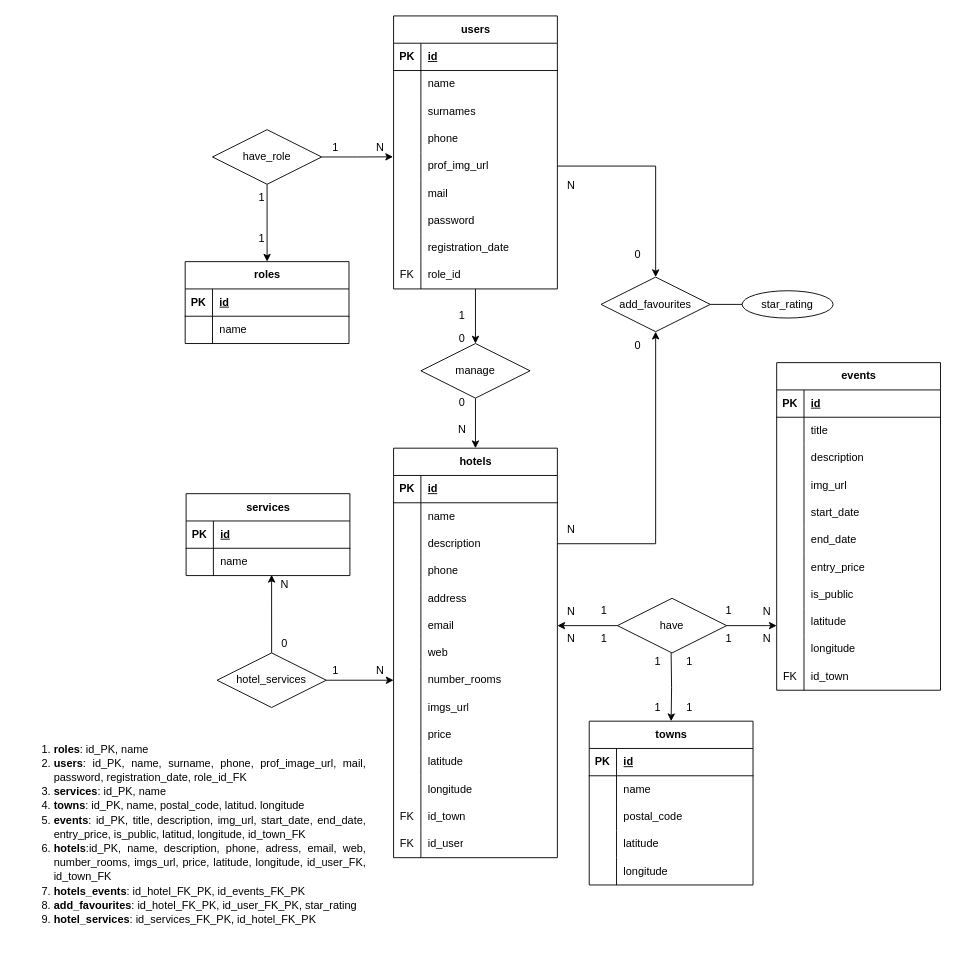
Above: c6_hohoHotel.drawio in SerotDev/sru-abi-rlm-project-backend (draw.io), before the change. Source tidied: cells renumbered, new cells numbered last; positions are measured from the earlier drawing's top-left corner, leaving out a move shared by most shapes. Both pictures are drawn from the tidied source at 91%, with x=0, y=0 at pixel (15, 15).
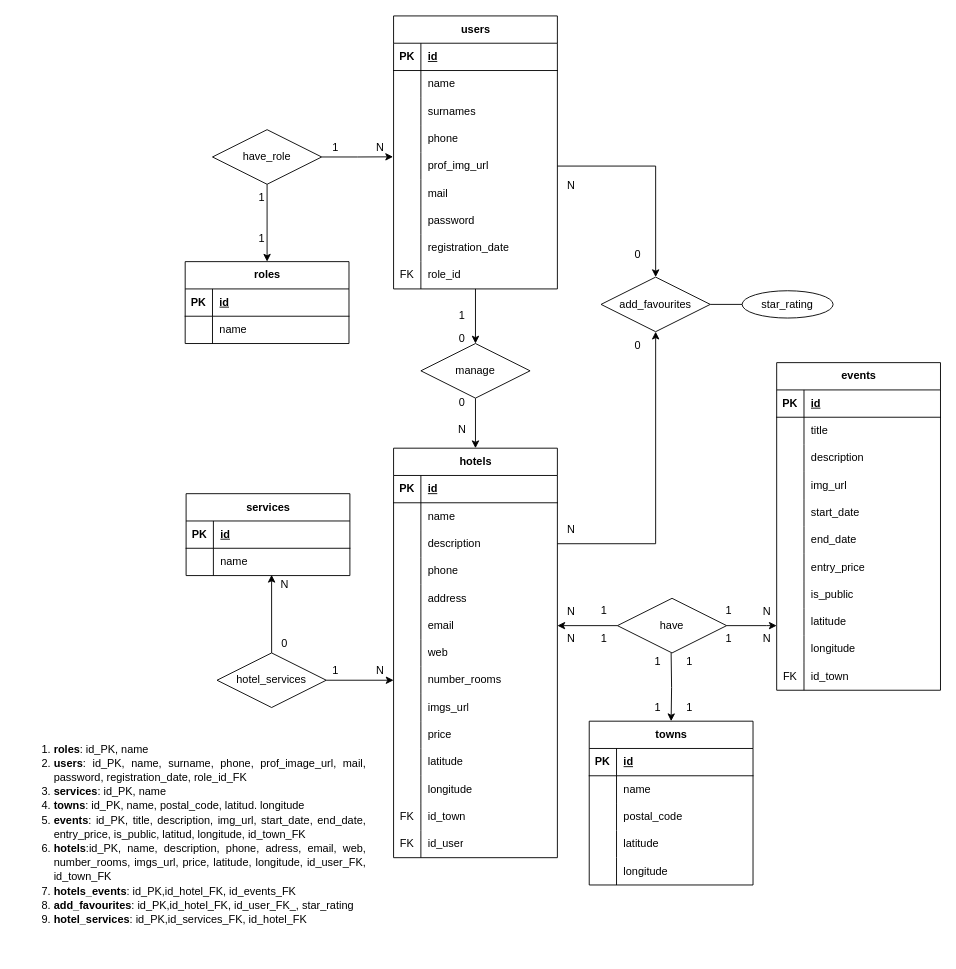
The same diagram, later.

Diff of the diagram source:
```diff
@@
-    <mxCell id="186" value="&lt;ol&gt;&lt;li style=&quot;line-height: 130%;&quot; align=&quot;justify&quot;&gt;&lt;font style=&quot;background-color: rgb(255, 255, 255);&quot;&gt;&lt;b&gt;roles&lt;/b&gt;: id_PK, name&lt;/font&gt;&lt;/li&gt;&lt;li style=&quot;line-height: 130%;&quot; align=&quot;justify&quot;&gt;&lt;font style=&quot;background-color: rgb(255, 255, 255);&quot;&gt;&lt;b&gt;users&lt;/b&gt;: id_PK, name, surname, phone, prof_image_url, mail, password, registration_date, role_id_FK&lt;/font&gt;&lt;/li&gt;&lt;li style=&quot;line-height: 130%;&quot; align=&quot;justify&quot;&gt;&lt;font style=&quot;background-color: rgb(255, 255, 255);&quot;&gt;&lt;b&gt;services&lt;/b&gt;: id_PK, name&lt;/font&gt;&lt;/li&gt;&lt;li style=&quot;line-height: 130%;&quot; align=&quot;justify&quot;&gt;&lt;font style=&quot;background-color: rgb(255, 255, 255);&quot;&gt;&lt;b&gt;towns&lt;/b&gt;: id_PK, name, postal_code, latitud. longitude&lt;/font&gt;&lt;/li&gt;&lt;li style=&quot;line-height: 130%;&quot; align=&quot;justify&quot;&gt;&lt;font style=&quot;background-color: rgb(255, 255, 255);&quot;&gt;&lt;b&gt;events&lt;/b&gt;: id_PK, title, description, img_url, start_date, end_date, entry_price, is_public, latitud, longitude, id_town_FK&lt;/font&gt;&lt;/li&gt;&lt;li style=&quot;line-height: 130%;&quot; align=&quot;justify&quot;&gt;&lt;font style=&quot;background-color: rgb(255, 255, 255);&quot;&gt;&lt;b&gt;hotels&lt;/b&gt;:id_PK, name, description, phone, adress, email, web, number_rooms, imgs_url, price, latitude, longitude, id_user_FK, id_town_FK&lt;/font&gt;&lt;/li&gt;&lt;li style=&quot;line-height: 130%;&quot; align=&quot;justify&quot;&gt;&lt;font style=&quot;background-color: rgb(255, 255, 255);&quot;&gt;&lt;b&gt;hotels_events&lt;/b&gt;: id_hotel_FK_PK, id_events_FK_PK&lt;/font&gt;&lt;/li&gt;&lt;li style=&quot;line-height: 130%;&quot; align=&quot;justify&quot;&gt;&lt;font style=&quot;background-color: rgb(255, 255, 255);&quot;&gt;&lt;b&gt;add_favourites&lt;/b&gt;: id_hotel_FK_PK, id_user_FK_PK, star_rating&lt;/font&gt;&lt;/li&gt;&lt;li style=&quot;line-height: 130%;&quot; align=&quot;justify&quot;&gt;&lt;font style=&quot;background-color: rgb(255, 255, 255);&quot;&gt;&lt;b&gt;hotel_services&lt;/b&gt;: id_services_FK_PK, id_hotel_FK_PK&lt;/font&gt;&lt;/li&gt;&lt;/ol&gt;&lt;div&gt;&lt;br&gt;&lt;/div&gt;" style="text;html=1;strokeColor=none;fillColor=none;align=left;verticalAlign=top;whiteSpace=wrap;rounded=0;" parent="1" vertex="1">
+    <mxCell id="186" value="&lt;ol&gt;&lt;li style=&quot;line-height: 130%;&quot; align=&quot;justify&quot;&gt;&lt;font style=&quot;background-color: rgb(255, 255, 255);&quot;&gt;&lt;b&gt;roles&lt;/b&gt;: id_PK, name&lt;/font&gt;&lt;/li&gt;&lt;li style=&quot;line-height: 130%;&quot; align=&quot;justify&quot;&gt;&lt;font style=&quot;background-color: rgb(255, 255, 255);&quot;&gt;&lt;b&gt;users&lt;/b&gt;: id_PK, name, surname, phone, prof_image_url, mail, password, registration_date, role_id_FK&lt;/font&gt;&lt;/li&gt;&lt;li style=&quot;line-height: 130%;&quot; align=&quot;justify&quot;&gt;&lt;font style=&quot;background-color: rgb(255, 255, 255);&quot;&gt;&lt;b&gt;services&lt;/b&gt;: id_PK, name&lt;/font&gt;&lt;/li&gt;&lt;li style=&quot;line-height: 130%;&quot; align=&quot;justify&quot;&gt;&lt;font style=&quot;background-color: rgb(255, 255, 255);&quot;&gt;&lt;b&gt;towns&lt;/b&gt;: id_PK, name, postal_code, latitud. longitude&lt;/font&gt;&lt;/li&gt;&lt;li style=&quot;line-height: 130%;&quot; align=&quot;justify&quot;&gt;&lt;font style=&quot;background-color: rgb(255, 255, 255);&quot;&gt;&lt;b&gt;events&lt;/b&gt;: id_PK, title, description, img_url, start_date, end_date, entry_price, is_public, latitud, longitude, id_town_FK&lt;/font&gt;&lt;/li&gt;&lt;li style=&quot;line-height: 130%;&quot; align=&quot;justify&quot;&gt;&lt;font style=&quot;background-color: rgb(255, 255, 255);&quot;&gt;&lt;b&gt;hotels&lt;/b&gt;:id_PK, name, description, phone, adress, email, web, number_rooms, imgs_url, price, latitude, longitude, id_user_FK, id_town_FK&lt;/font&gt;&lt;/li&gt;&lt;li style=&quot;line-height: 130%;&quot; align=&quot;justify&quot;&gt;&lt;font style=&quot;background-color: rgb(255, 255, 255);&quot;&gt;&lt;b&gt;hotels_events&lt;/b&gt;: id_PK,id_hotel_FK, id_events_FK&lt;/font&gt;&lt;/li&gt;&lt;li style=&quot;line-height: 130%;&quot; align=&quot;justify&quot;&gt;&lt;font style=&quot;background-color: rgb(255, 255, 255);&quot;&gt;&lt;b&gt;add_favourites&lt;/b&gt;: id_PK,id_hotel_FK, id_user_FK_, star_rating&lt;/font&gt;&lt;/li&gt;&lt;li style=&quot;line-height: 130%;&quot; align=&quot;justify&quot;&gt;&lt;font style=&quot;background-color: rgb(255, 255, 255);&quot;&gt;&lt;b&gt;hotel_services&lt;/b&gt;: id_PK,id_services_FK, id_hotel_FK&lt;/font&gt;&lt;/li&gt;&lt;/ol&gt;&lt;div&gt;&lt;br&gt;&lt;/div&gt;" style="text;html=1;strokeColor=none;fillColor=none;align=left;verticalAlign=top;whiteSpace=wrap;rounded=0;" parent="1" vertex="1">
       <mxGeometry y="780" width="385" height="250" as="geometry" />
     </mxCell>
```
